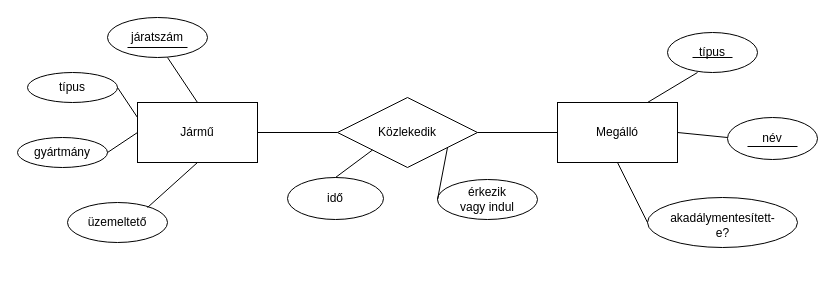
Above: tömegközlekedes.drawio in NagyAdamA/adatbazis_proj (draw.io), before the change. Source tidied: cells renumbered, new cells numbered last; positions are measured from the earlier drawing's top-left corner, leaving out a move shared by most shapes. Both pictures are drawn from the tidied source at 100%, with x=0, y=0 at pixel (17, 17).
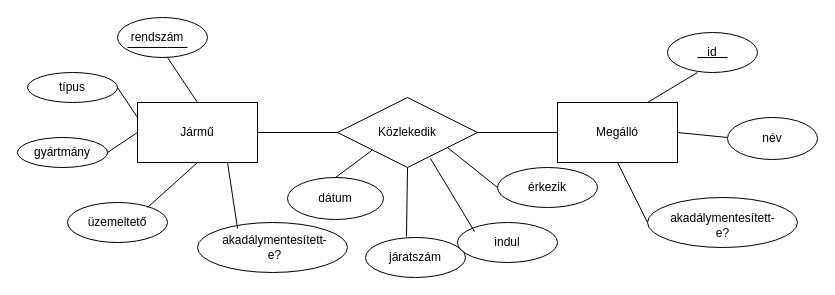
Above is the later version.

Unchanged cells that the change refers to:
```xml
<mxCell id="2" style="rhombus;whiteSpace=wrap;html=1;" parent="1" vertex="1">
  <mxGeometry x="320" y="80" width="140" height="70" as="geometry" />
</mxCell>
<mxCell id="4" style="rounded=0;whiteSpace=wrap;html=1;" parent="1" vertex="1">
  <mxGeometry x="120" y="85" width="120" height="60" as="geometry" />
</mxCell>
```

Change to the diagram source:
```diff
@@
+    <mxCell id="38" style="ellipse;whiteSpace=wrap;html=1;" parent="1" vertex="1">
+      <mxGeometry x="100" width="90" height="40" as="geometry" />
+    </mxCell>
@@
     <mxCell id="10" style="ellipse;whiteSpace=wrap;html=1;" parent="1" vertex="1">
-      <mxGeometry x="90" width="100" height="40" as="geometry" />
+      <mxGeometry x="348" y="220" width="100" height="40" as="geometry" />
     </mxCell>
     <mxCell id="11" value="járatszám" style="text;html=1;align=center;verticalAlign=middle;whiteSpace=wrap;rounded=0;" parent="1" vertex="1">
-      <mxGeometry x="110" y="5" width="60" height="30" as="geometry" />
+      <mxGeometry x="368" y="225" width="60" height="30" as="geometry" />
     </mxCell>
@@
     <mxCell id="20" style="endArrow=none;html=1;rounded=0;" parent="1" edge="1">
       <mxGeometry relative="1" as="geometry">
         <mxPoint x="110" y="30" as="sourcePoint" />
         <mxPoint x="170" y="30" as="targetPoint" />
+        <Array as="points">
+          <mxPoint x="150" y="30" />
+        </Array>
       </mxGeometry>
     </mxCell>
@@
-    <mxCell id="24" value="típus" style="text;html=1;align=center;verticalAlign=middle;whiteSpace=wrap;rounded=0;" parent="1" vertex="1">
+    <mxCell id="24" value="id" style="text;html=1;align=center;verticalAlign=middle;whiteSpace=wrap;rounded=0;strokeColor=none;" parent="1" vertex="1">
       <mxGeometry x="665" y="20" width="60" height="30" as="geometry" />
     </mxCell>
@@
-    <mxCell id="28" style="endArrow=none;html=1;rounded=0;" parent="1" edge="1">
-      <mxGeometry relative="1" as="geometry">
-        <mxPoint x="675" y="40" as="sourcePoint" />
-        <mxPoint x="715" y="40" as="targetPoint" />
-      </mxGeometry>
-    </mxCell>
@@
-    <mxCell id="30" style="endArrow=none;html=1;rounded=0;" parent="1" edge="1">
-      <mxGeometry relative="1" as="geometry">
-        <mxPoint x="730" y="129" as="sourcePoint" />
-        <mxPoint x="780" y="129" as="targetPoint" />
-      </mxGeometry>
-    </mxCell>
@@
     <mxCell id="33" style="ellipse;whiteSpace=wrap;html=1;" parent="1" vertex="1">
-      <mxGeometry x="420" y="162" width="100" height="40" as="geometry" />
+      <mxGeometry x="480" y="150" width="100" height="40" as="geometry" />
     </mxCell>
-    <mxCell id="34" value="idő" style="text;html=1;align=center;verticalAlign=middle;whiteSpace=wrap;rounded=0;" parent="1" vertex="1">
+    <mxCell id="34" value="dátum" style="text;html=1;align=center;verticalAlign=middle;whiteSpace=wrap;rounded=0;" parent="1" vertex="1">
       <mxGeometry x="288" y="166" width="60" height="30" as="geometry" />
     </mxCell>
-    <mxCell id="35" value="érkezik vagy indul" style="text;html=1;align=center;verticalAlign=middle;whiteSpace=wrap;rounded=0;" parent="1" vertex="1">
-      <mxGeometry x="440" y="167" width="60" height="30" as="geometry" />
+    <mxCell id="35" value="érkezik" style="text;html=1;align=center;verticalAlign=middle;whiteSpace=wrap;rounded=0;" parent="1" vertex="1">
+      <mxGeometry x="500" y="155" width="60" height="30" as="geometry" />
     </mxCell>
@@
+    <mxCell id="39" style="endArrow=none;html=1;rounded=0;entryX=0.5;entryY=1;entryDx=0;entryDy=0;exitX=0.41;exitY=-0.025;exitDx=0;exitDy=0;exitPerimeter=0;" parent="1" edge="1" source="10" target="2">
+      <mxGeometry relative="1" as="geometry" />
+    </mxCell>
+    <mxCell id="40" value="rendszám" style="text;html=1;align=center;verticalAlign=middle;whiteSpace=wrap;rounded=0;" parent="1" vertex="1">
+      <mxGeometry x="110" y="5" width="60" height="30" as="geometry" />
+    </mxCell>
+    <mxCell id="41" style="endArrow=none;html=1;rounded=0;" parent="1" edge="1">
+      <mxGeometry relative="1" as="geometry">
+        <mxPoint x="680" y="40" as="sourcePoint" />
+        <mxPoint x="710" y="40" as="targetPoint" />
+        <Array as="points">
+          <mxPoint x="690" y="40" />
+        </Array>
+      </mxGeometry>
+    </mxCell>
+    <mxCell id="42" style="ellipse;whiteSpace=wrap;html=1;" parent="1" vertex="1">
+      <mxGeometry x="440" y="205" width="100" height="40" as="geometry" />
+    </mxCell>
+    <mxCell id="43" value="indul" style="text;html=1;align=center;verticalAlign=middle;whiteSpace=wrap;rounded=0;" parent="1" vertex="1">
+      <mxGeometry x="460" y="210" width="60" height="30" as="geometry" />
+    </mxCell>
+    <mxCell id="44" style="endArrow=none;html=1;rounded=0;exitX=0;exitY=0.5;exitDx=0;exitDy=0;entryX=0.664;entryY=0.871;entryDx=0;entryDy=0;entryPerimeter=0;" parent="1" edge="1" target="2">
+      <mxGeometry relative="1" as="geometry">
+        <mxPoint x="457" y="214" as="sourcePoint" />
+      </mxGeometry>
+    </mxCell>
+    <mxCell id="45" style="ellipse;whiteSpace=wrap;html=1;" parent="1" vertex="1">
+      <mxGeometry x="180" y="205" width="150" height="50" as="geometry" />
+    </mxCell>
+    <mxCell id="46" value="akadálymentesített-e?" style="text;html=1;align=center;verticalAlign=middle;whiteSpace=wrap;rounded=0;" parent="1" vertex="1">
+      <mxGeometry x="220" y="212.5" width="75" height="35" as="geometry" />
+    </mxCell>
+    <mxCell id="47" style="endArrow=none;html=1;rounded=0;entryX=0.75;entryY=1;entryDx=0;entryDy=0;exitX=0.267;exitY=0.12;exitDx=0;exitDy=0;exitPerimeter=0;" parent="1" edge="1" source="45" target="4">
+      <mxGeometry relative="1" as="geometry" />
+    </mxCell>
```
